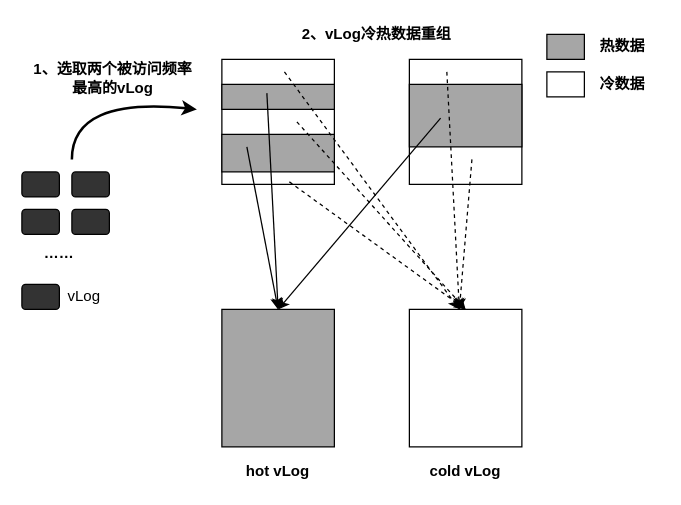
Above: page "第 3 页" (3 of 3) of RabbitKV.drawio in yeqiyi/drawIO (draw.io), before the change. Source tidied: cells renumbered, new cells numbered last; positions are measured from the earlier drawing's top-left corner, leaving out a move shared by most shapes. Both pictures are drawn from the tidied source at 125%, with x=0, y=0 at pixel (21, 21).
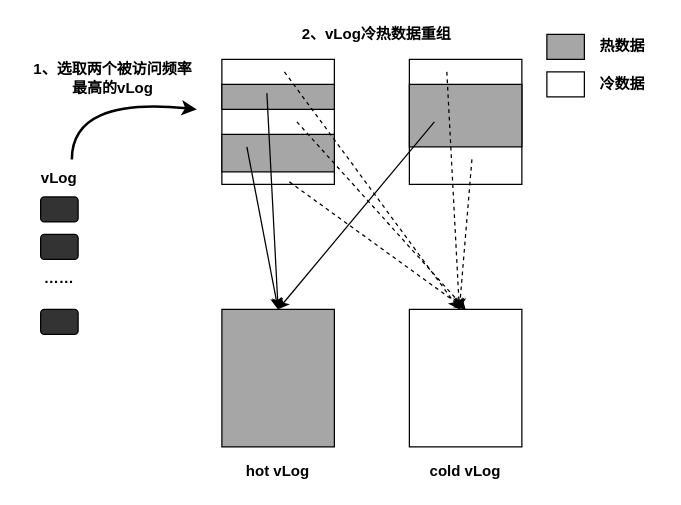
After the change.

The change refers to these unchanged cells:
```xml
<mxCell id="22" style="rounded=0;whiteSpace=wrap;html=1;fillStyle=auto;fillColor=#A6A6A6;" parent="1" vertex="1">
  <mxGeometry x="160" y="230" width="90" height="110" as="geometry" />
</mxCell>
```

Diff of the diagram source:
```diff
@@
     <mxCell id="2" style="rounded=1;whiteSpace=wrap;html=1;fillColor=#333333;" parent="1" vertex="1">
-      <mxGeometry y="120" width="30" height="20" as="geometry" />
+      <mxGeometry x="15" y="140" width="30" height="20" as="geometry" />
     </mxCell>
-    <mxCell id="3" style="rounded=1;whiteSpace=wrap;html=1;fillColor=#333333;" parent="1" vertex="1">
-      <mxGeometry x="40" y="120" width="30" height="20" as="geometry" />
-    </mxCell>
     <mxCell id="4" style="rounded=1;whiteSpace=wrap;html=1;fillColor=#333333;" parent="1" vertex="1">
-      <mxGeometry y="150" width="30" height="20" as="geometry" />
+      <mxGeometry x="15" y="170" width="30" height="20" as="geometry" />
     </mxCell>
-    <mxCell id="5" style="rounded=1;whiteSpace=wrap;html=1;fillColor=#333333;" parent="1" vertex="1">
-      <mxGeometry x="40" y="150" width="30" height="20" as="geometry" />
-    </mxCell>
@@
     <mxCell id="7" style="rounded=1;whiteSpace=wrap;html=1;fillColor=#333333;" parent="1" vertex="1">
-      <mxGeometry y="210" width="30" height="20" as="geometry" />
+      <mxGeometry x="15" y="230" width="30" height="20" as="geometry" />
     </mxCell>
-    <mxCell id="8" value="vLog" style="text;html=1;strokeColor=none;fillColor=none;align=center;verticalAlign=middle;whiteSpace=wrap;rounded=0;" parent="1" vertex="1">
-      <mxGeometry x="20" y="205" width="60" height="30" as="geometry" />
+    <mxCell id="8" value="&lt;b&gt;vLog&lt;/b&gt;" style="text;html=1;strokeColor=none;fillColor=none;align=center;verticalAlign=middle;whiteSpace=wrap;rounded=0;" parent="1" vertex="1">
+      <mxGeometry y="110" width="60" height="30" as="geometry" />
     </mxCell>
@@
     <mxCell id="12" value="&lt;b&gt;……&lt;/b&gt;" style="text;html=1;strokeColor=none;fillColor=none;align=center;verticalAlign=middle;whiteSpace=wrap;rounded=0;" parent="1" vertex="1">
-      <mxGeometry y="170" width="60" height="30" as="geometry" />
+      <mxGeometry y="190" width="60" height="30" as="geometry" />
     </mxCell>
@@
     <mxCell id="24" style="endArrow=classic;html=1;rounded=0;entryX=0.5;entryY=0;entryDx=0;entryDy=0;strokeWidth=1;" parent="1" edge="1" target="22">
       <mxGeometry relative="1" as="geometry">
-        <mxPoint x="335" y="77" as="sourcePoint" />
+        <mxPoint x="330" y="80" as="sourcePoint" />
       </mxGeometry>
     </mxCell>
```
